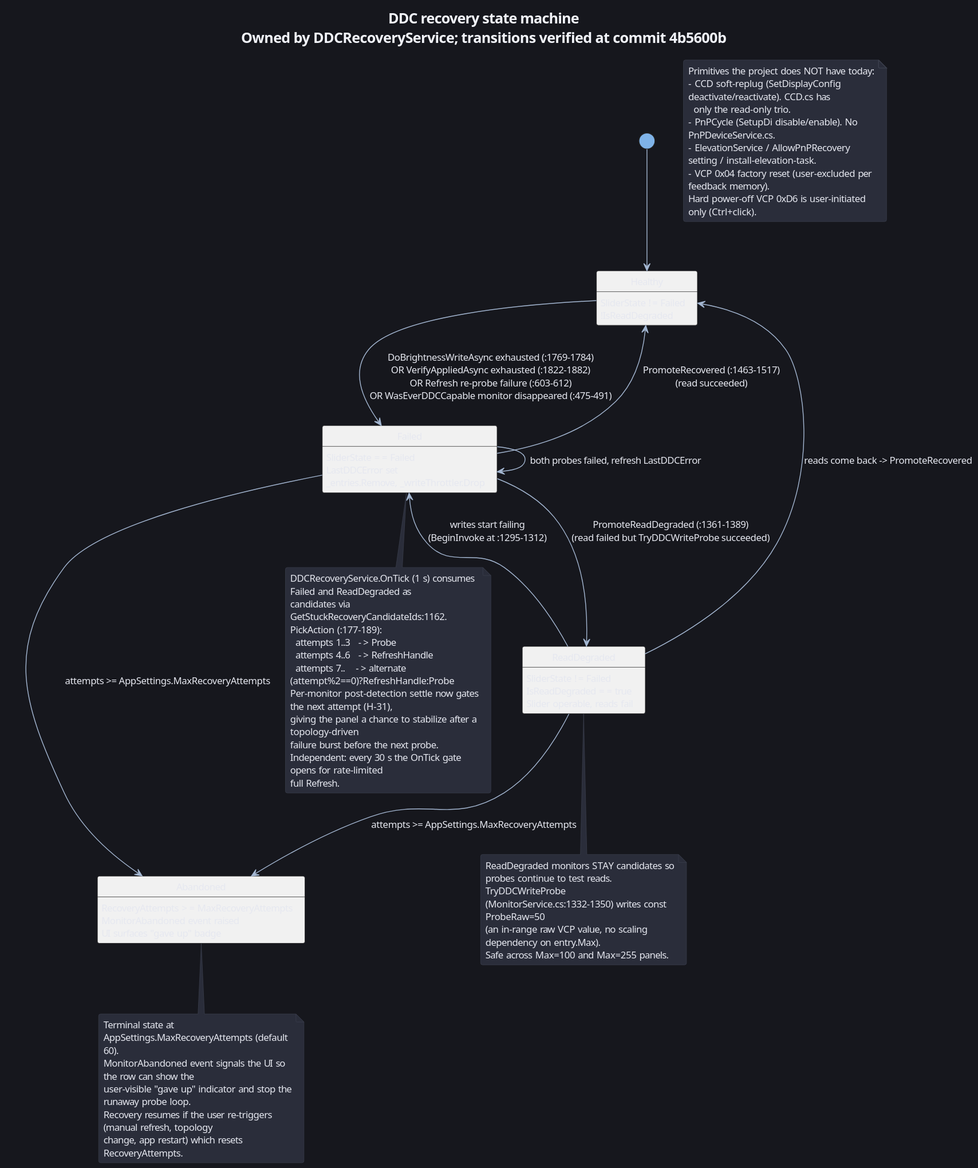
Above: documentation/plantuml/12_ddc_recovery_state.svg in alchemyyy/BrightnessTrayAppWPF (PlantUML), before the change.
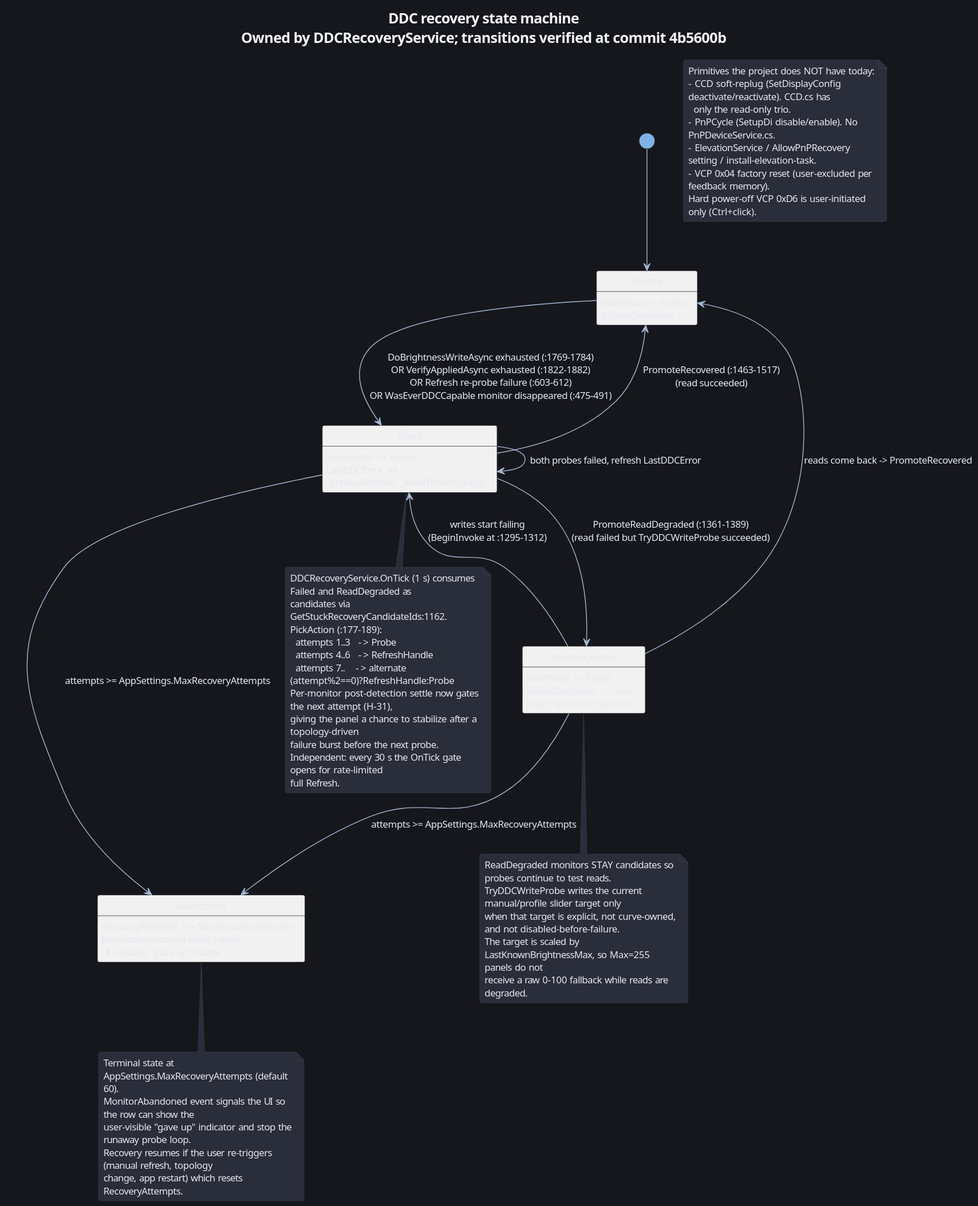
The same diagram one commit later.

Diff of the diagram source:
```diff
@@ -44,9 +44,10 @@
 
 note bottom of ReadDegraded
   ReadDegraded monitors STAY candidates so probes continue to test reads.
-  TryDDCWriteProbe (MonitorService.cs:1332-1350) writes const ProbeRaw=50
-  (an in-range raw VCP value, no scaling dependency on entry.Max).
-  Safe across Max=100 and Max=255 panels.
+  TryDDCWriteProbe writes the current manual/profile slider target only
+  when that target is explicit, not curve-owned, and not disabled-before-failure.
+  The target is scaled by LastKnownBrightnessMax, so Max=255 panels do not
+  receive a raw 0-100 fallback while reads are degraded.
 end note
 
 note as N_ABSENT
```
